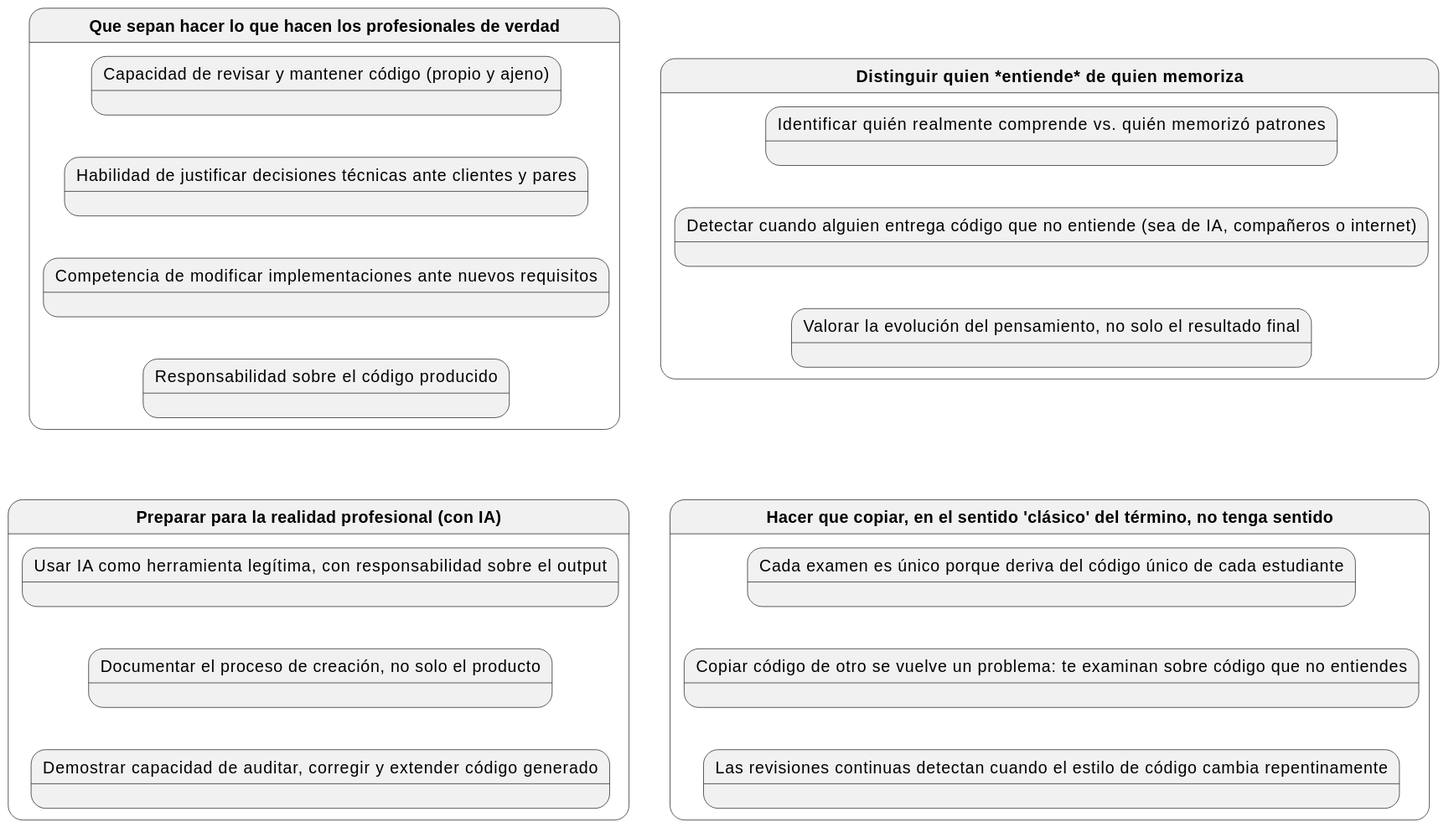
This is images/modelosUML/queBuscamos.svg from mmasias/mmasias, a PlantUML export, as it was before one commit.
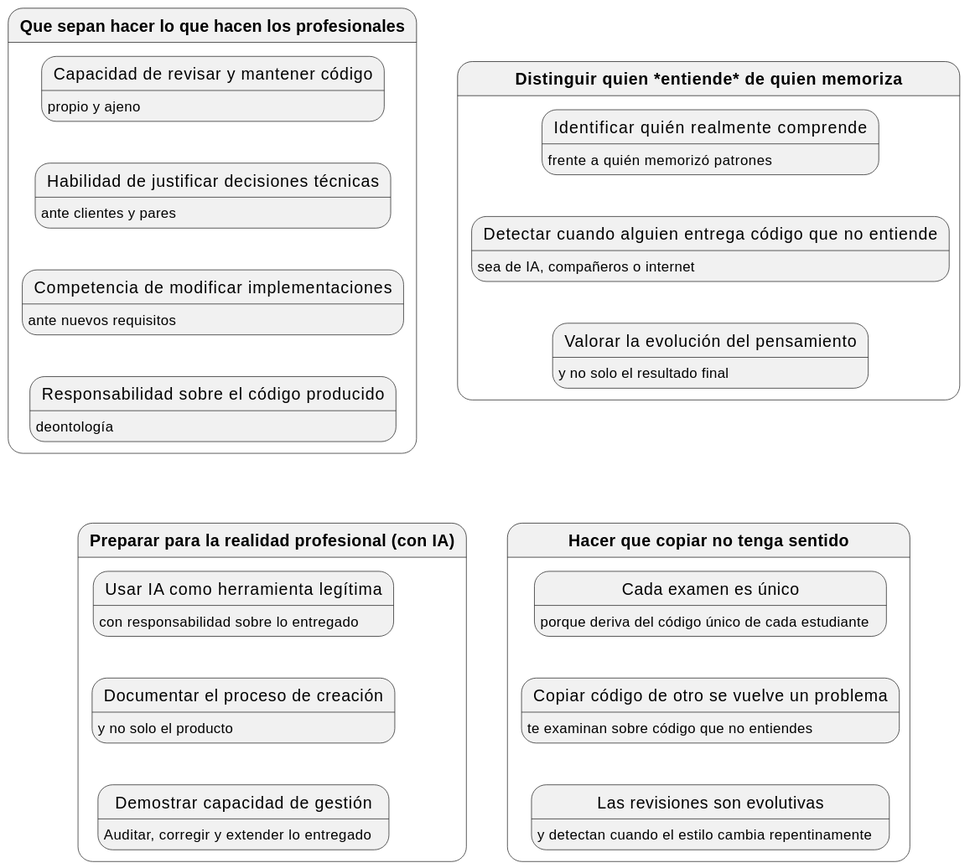
The same file after the commit.

Commit message:
proceso de creación

The edit, as a diff of the source:
```diff
@@ -1,32 +1,32 @@
 @startuml
-hide empty members
+hide empty description
 
 
-state HACER as "<b>Que sepan hacer lo que hacen los profesionales de verdad</b>" {
-    state HACER1 as "Capacidad de revisar y mantener código (propio y ajeno)"
-    state HACER2 as "Habilidad de justificar decisiones técnicas ante clientes y pares"
-    state HACER3 as "Competencia de modificar implementaciones ante nuevos requisitos"
-    state HACER4 as "Responsabilidad sobre el código producido"
+state HACER as "<b>Que sepan hacer lo que hacen los profesionales</b>" {
+    state HACER1 as "Capacidad de revisar y mantener código" : propio y ajeno
+    state HACER2 as "Habilidad de justificar decisiones técnicas" : ante clientes y pares
+    state HACER3 as "Competencia de modificar implementaciones" : ante nuevos requisitos
+    state HACER4 as "Responsabilidad sobre el código producido" : deontología
 
 }
 
 state DISTINGUIR as "<b>Distinguir quien *entiende* de quien memoriza</b>" {
-    state DISTINGUIR1 as "Identificar quién realmente comprende vs. quién memorizó patrones"
-    state DISTINGUIR2 as "Detectar cuando alguien entrega código que no entiende (sea de IA, compañeros o internet)"
-    state DISTINGUIR3 as "Valorar la evolución del pensamiento, no solo el resultado final"
+    state DISTINGUIR1 as "Identificar quién realmente comprende" : frente a quién memorizó patrones
+    state DISTINGUIR2 as "Detectar cuando alguien entrega código que no entiende" : sea de IA, compañeros o internet
+    state DISTINGUIR3 as "Valorar la evolución del pensamiento" : y no solo el resultado final
 }
 
-state COPIAR as "<b>Hacer que copiar, en el sentido 'clásico' del término, no tenga sentido</b>" {
-    state COPIAR1 as "Cada examen es único porque deriva del código único de cada estudiante"
-    state COPIAR2 as "Copiar código de otro se vuelve un problema: te examinan sobre código que no entiendes"
-    state COPIAR3 as "Las revisiones continuas detectan cuando el estilo de código cambia repentinamente"
+state COPIAR as "<b>Hacer que copiar no tenga sentido</b>"  {
+    state COPIAR1 as "Cada examen es único" : porque deriva del código único de cada estudiante
+    state COPIAR2 as "Copiar código de otro se vuelve un problema": te examinan sobre código que no entiendes
+    state COPIAR3 as "Las revisiones son evolutivas" : y detectan cuando el estilo cambia repentinamente
 }
 
 
 state PREPARAR as "<b>Preparar para la realidad profesional (con IA)</b>" {
-    state PREPARAR1 as "Usar IA como herramienta legítima, con responsabilidad sobre el output"
-    state PREPARAR2 as "Documentar el proceso de creación, no solo el producto"
-    state PREPARAR3 as "Demostrar capacidad de auditar, corregir y extender código generado"
+    state PREPARAR1 as "Usar IA como herramienta legítima" : con responsabilidad sobre lo entregado
+    state PREPARAR2 as "Documentar el proceso de creación" : y no solo el producto
+    state PREPARAR3 as "Demostrar capacidad de gestión" : Auditar, corregir y extender lo entregado
 }
 
 HACER -[hidden]r-> DISTINGUIR
```
